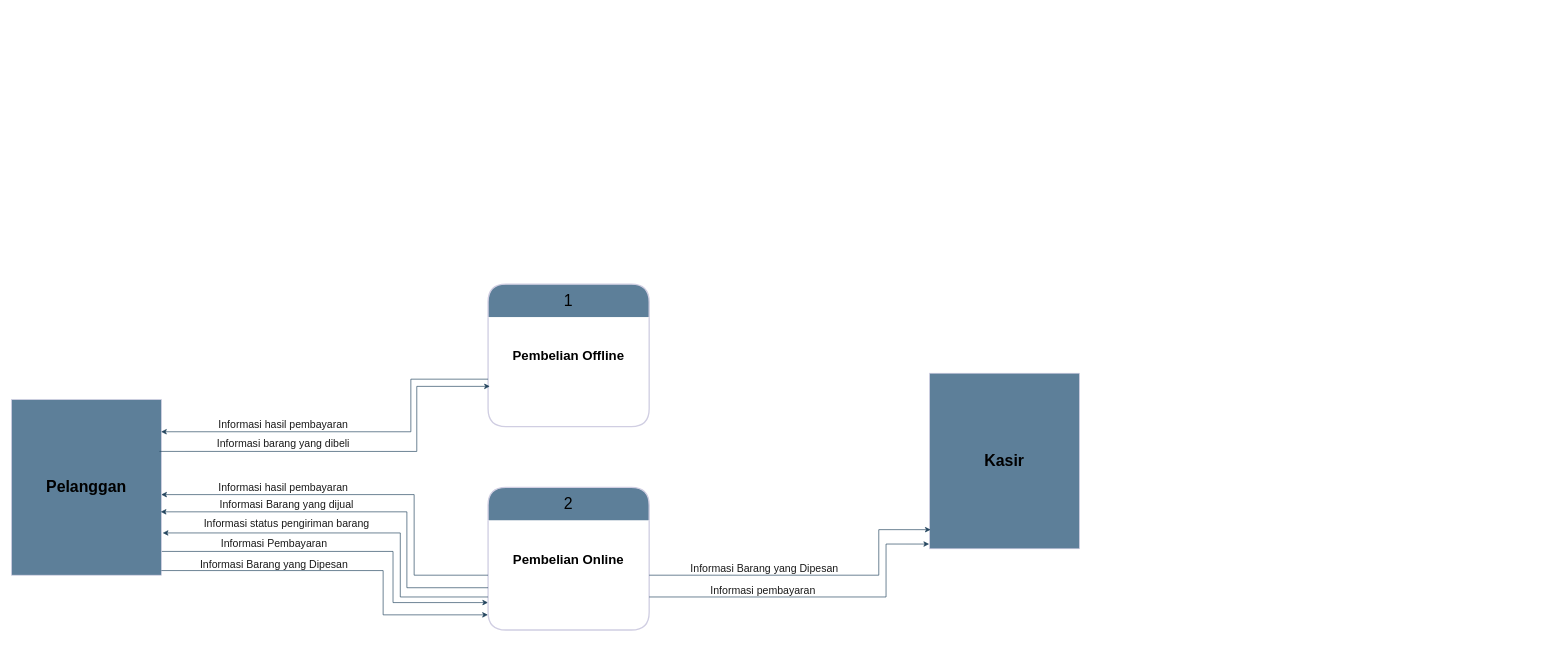
The draw.io diagram DFD kel 1.drawio in shinoaaa/DFD, before the edit. Source tidied: cells renumbered, new cells numbered last; positions are measured from the earlier drawing's top-left corner, leaving out a move shared by most shapes. Both pictures are drawn from the tidied source at 66%, with x=0, y=0 at pixel (11, 284).
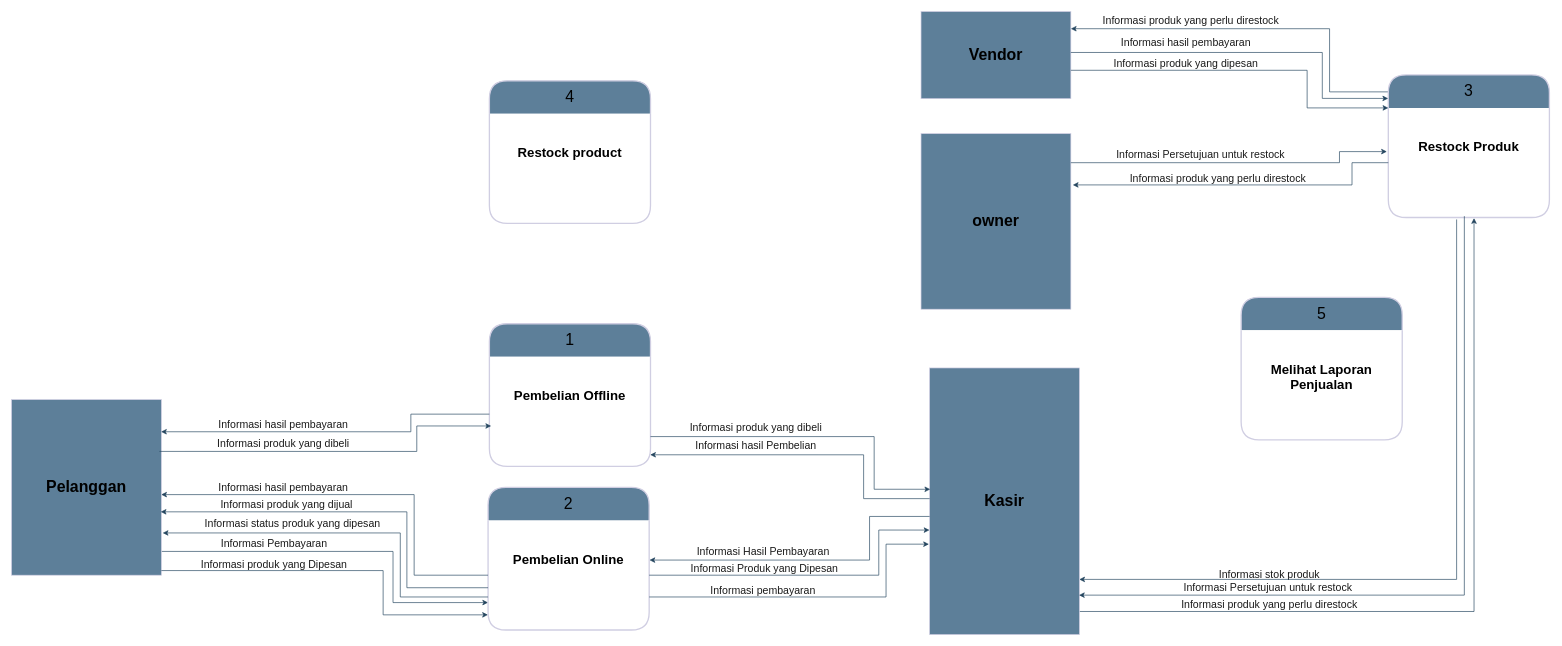
Above is the later version.

Unchanged cells that the change refers to:
```xml
<mxCell id="3" value="&lt;h2&gt;&lt;font style=&quot;font-size: 24px; color: light-dark(rgb(0, 0, 0), rgb(5, 5, 5));&quot;&gt;Pelanggan&lt;/font&gt;&lt;/h2&gt;" style="rounded=0;whiteSpace=wrap;html=1;fillColor=light-dark(#5D7F99,#99CCFF);strokeColor=#D0CEE2;labelBackgroundColor=none;fontColor=#1A1A1A;" parent="1" vertex="1">
  <mxGeometry y="175" width="227" height="266" as="geometry" />
</mxCell>
<mxCell id="5" value="&lt;h2 style=&quot;&quot;&gt;&lt;font style=&quot;color: light-dark(rgb(0, 0, 0), rgb(18, 18, 18));&quot;&gt;&lt;font style=&quot;font-size: 20px;&quot;&gt;&lt;br&gt;&lt;/font&gt;&lt;font&gt;&lt;span style=&quot;font-size: 20px;&quot;&gt;Pembelian Offline&lt;/span&gt;&lt;/font&gt;&lt;/font&gt;&lt;/h2&gt;" style="align=center;strokeColor=none;fillColor=none;spacingLeft=4;spacingRight=4;fontSize=12;verticalAlign=top;html=1;whiteSpace=wrap;labelBackgroundColor=none;fontColor=#1A1A1A;" parent="4" vertex="1">
  <mxGeometry y="50" width="244.1" height="166" as="geometry" />
</mxCell>
<mxCell id="7" value="&lt;h2 style=&quot;&quot;&gt;&lt;font style=&quot;color: light-dark(rgb(0, 0, 0), rgb(18, 18, 18));&quot;&gt;&lt;font style=&quot;font-size: 20px;&quot;&gt;&lt;br&gt;&lt;/font&gt;&lt;font&gt;&lt;span style=&quot;font-size: 20px;&quot;&gt;Pembelian Online&lt;/span&gt;&lt;/font&gt;&lt;/font&gt;&lt;/h2&gt;" style="align=center;strokeColor=none;fillColor=none;spacingLeft=4;spacingRight=4;fontSize=12;verticalAlign=top;html=1;whiteSpace=wrap;labelBackgroundColor=none;fontColor=#1A1A1A;" parent="6" vertex="1">
  <mxGeometry y="50" width="244.1" height="166" as="geometry" />
</mxCell>
```

Change to the diagram source:
```diff
@@
     <mxCell id="4" value="&lt;font style=&quot;font-size: 24px; color: light-dark(rgb(0, 0, 0), rgb(255, 255, 255));&quot;&gt;1&lt;/font&gt;" style="swimlane;horizontal=1;startSize=50;rounded=1;fontSize=14;fontStyle=0;strokeWidth=2;shadow=0;dashed=0;align=center;arcSize=18;whiteSpace=wrap;html=1;fillColor=light-dark(#5D7F99,#0066CC);strokeColor=#D0CEE2;fontColor=#1A1A1A;glass=0;swimlaneLine=0;swimlaneFillColor=light-dark(#FFFFFF,#99CCFF);labelBackgroundColor=none;" parent="1" vertex="1">
-      <mxGeometry x="722" width="244.1" height="216" as="geometry" />
+      <mxGeometry x="724" y="60" width="244.1" height="216" as="geometry" />
     </mxCell>
@@
-    <mxCell id="8" value="&lt;font&gt;Informasi status pengiriman barang&lt;br&gt;&lt;/font&gt;" style="text;html=1;whiteSpace=wrap;strokeColor=none;fillColor=none;align=center;verticalAlign=middle;rounded=0;fontColor=light-dark(#1A1A1A,#0E0E0E);fontSize=16;" parent="1" vertex="1">
-      <mxGeometry x="287" y="354" width="260" height="16" as="geometry" />
+    <mxCell id="8" value="&lt;font&gt;Informasi status produk yang dipesan&lt;br&gt;&lt;/font&gt;" style="text;html=1;whiteSpace=wrap;strokeColor=none;fillColor=none;align=center;verticalAlign=middle;rounded=0;fontColor=light-dark(#1A1A1A,#0E0E0E);fontSize=16;" parent="1" vertex="1">
+      <mxGeometry x="287" y="354" width="278" height="16" as="geometry" />
     </mxCell>
@@
-    <mxCell id="11" value="&lt;font&gt;Informasi Barang yang Dipesan&lt;br&gt;&lt;/font&gt;" style="text;html=1;whiteSpace=wrap;strokeColor=none;fillColor=none;align=center;verticalAlign=middle;rounded=0;fontColor=light-dark(#1A1A1A,#0E0E0E);fontSize=16;" parent="1" vertex="1">
+    <mxCell id="11" value="&lt;font&gt;Informasi produk yang Dipesan&lt;br&gt;&lt;/font&gt;" style="text;html=1;whiteSpace=wrap;strokeColor=none;fillColor=none;align=center;verticalAlign=middle;rounded=0;fontColor=light-dark(#1A1A1A,#0E0E0E);fontSize=16;" parent="1" vertex="1">
       <mxGeometry x="268" y="416" width="260" height="16" as="geometry" />
     </mxCell>
@@
-    <mxCell id="14" value="&lt;font&gt;Informasi Barang yang dijual&lt;br&gt;&lt;/font&gt;" style="text;html=1;whiteSpace=wrap;strokeColor=none;fillColor=none;align=center;verticalAlign=middle;rounded=0;fontColor=light-dark(#1A1A1A,#0E0E0E);fontSize=16;" parent="1" vertex="1">
+    <mxCell id="14" value="&lt;font&gt;Informasi produk yang dijual&lt;br&gt;&lt;/font&gt;" style="text;html=1;whiteSpace=wrap;strokeColor=none;fillColor=none;align=center;verticalAlign=middle;rounded=0;fontColor=light-dark(#1A1A1A,#0E0E0E);fontSize=16;" parent="1" vertex="1">
       <mxGeometry x="287" y="325" width="260" height="16" as="geometry" />
     </mxCell>
@@
     <mxCell id="17" style="edgeStyle=orthogonalEdgeStyle;rounded=0;jettySize=auto;html=1;entryX=0.011;entryY=0.632;entryDx=0;entryDy=0;entryPerimeter=0;strokeColor=#23445D;exitX=0.987;exitY=0.295;exitDx=0;exitDy=0;exitPerimeter=0;" parent="1" edge="1" source="3" target="5">
       <mxGeometry relative="1" as="geometry">
         <Array as="points">
           <mxPoint x="614" y="253" />
-          <mxPoint x="614" y="155" />
+          <mxPoint x="614" y="215" />
         </Array>
       </mxGeometry>
     </mxCell>
-    <mxCell id="18" value="&lt;font&gt;Informasi barang yang dibeli&lt;br&gt;&lt;/font&gt;" style="text;html=1;whiteSpace=wrap;strokeColor=none;fillColor=none;align=center;verticalAlign=middle;rounded=0;fontColor=light-dark(#1A1A1A,#0E0E0E);fontSize=16;" parent="1" vertex="1">
+    <mxCell id="18" value="&lt;font&gt;Informasi produk yang dibeli&lt;br&gt;&lt;/font&gt;" style="text;html=1;whiteSpace=wrap;strokeColor=none;fillColor=none;align=center;verticalAlign=middle;rounded=0;fontColor=light-dark(#1A1A1A,#0E0E0E);fontSize=16;" parent="1" vertex="1">
       <mxGeometry x="282" y="233" width="260" height="16" as="geometry" />
     </mxCell>
     <mxCell id="19" style="edgeStyle=orthogonalEdgeStyle;rounded=0;jettySize=auto;html=1;entryX=0.998;entryY=0.183;entryDx=0;entryDy=0;entryPerimeter=0;strokeColor=#23445D;" parent="1" edge="1" source="5" target="3">
       <mxGeometry relative="1" as="geometry">
         <Array as="points">
-          <mxPoint x="605" y="144" />
+          <mxPoint x="605" y="197" />
           <mxPoint x="605" y="224" />
         </Array>
       </mxGeometry>
     </mxCell>
@@
+    <mxCell id="26" style="edgeStyle=orthogonalEdgeStyle;rounded=0;jettySize=auto;html=1;entryX=0.532;entryY=1.006;entryDx=0;entryDy=0;strokeColor=#23445D;entryPerimeter=0;" parent="1" edge="1" source="21" target="46">
+      <mxGeometry relative="1" as="geometry">
+        <Array as="points">
+          <mxPoint x="2216" y="496" />
+        </Array>
+      </mxGeometry>
+    </mxCell>
     <mxCell id="21" value="&lt;h2&gt;&lt;font style=&quot;font-size: 24px; color: light-dark(rgb(0, 0, 0), rgb(5, 5, 5));&quot;&gt;Kasir&lt;/font&gt;&lt;/h2&gt;" style="rounded=0;whiteSpace=wrap;html=1;fillColor=light-dark(#5D7F99,#99CCFF);strokeColor=#D0CEE2;labelBackgroundColor=none;fontColor=#1A1A1A;" parent="1" vertex="1">
-      <mxGeometry x="1391" y="135" width="227" height="266" as="geometry" />
+      <mxGeometry x="1391" y="127" width="227" height="404" as="geometry" />
     </mxCell>
-    <mxCell id="22" style="edgeStyle=orthogonalEdgeStyle;rounded=0;jettySize=auto;html=1;entryX=0.007;entryY=0.891;entryDx=0;entryDy=0;entryPerimeter=0;strokeColor=#23445D;" parent="1" edge="1" source="7" target="21">
+    <mxCell id="22" style="edgeStyle=orthogonalEdgeStyle;rounded=0;jettySize=auto;html=1;entryX=-0.001;entryY=0.608;entryDx=0;entryDy=0;entryPerimeter=0;strokeColor=#23445D;" parent="1" edge="1" source="7" target="21">
       <mxGeometry relative="1" as="geometry">
         <Array as="points">
           <mxPoint x="1314" y="441" />
-          <mxPoint x="1314" y="372" />
+          <mxPoint x="1314" y="373" />
         </Array>
       </mxGeometry>
     </mxCell>
-    <mxCell id="23" value="&lt;font&gt;Informasi Barang yang Dipesan&lt;br&gt;&lt;/font&gt;" style="text;html=1;whiteSpace=wrap;strokeColor=none;fillColor=none;align=center;verticalAlign=middle;rounded=0;fontColor=light-dark(#1A1A1A,#0E0E0E);fontSize=16;" parent="1" vertex="1">
+    <mxCell id="23" value="&lt;font&gt;Informasi Produk yang Dipesan&lt;br&gt;&lt;/font&gt;" style="text;html=1;whiteSpace=wrap;strokeColor=none;fillColor=none;align=center;verticalAlign=middle;rounded=0;fontColor=light-dark(#1A1A1A,#0E0E0E);fontSize=16;" parent="1" vertex="1">
       <mxGeometry x="1011" y="423" width="260" height="16" as="geometry" />
     </mxCell>
-    <mxCell id="24" style="edgeStyle=orthogonalEdgeStyle;rounded=0;jettySize=auto;html=1;entryX=-0.003;entryY=0.973;entryDx=0;entryDy=0;entryPerimeter=0;strokeColor=#23445D;" parent="1" edge="1" source="7" target="21">
+    <mxCell id="24" style="edgeStyle=orthogonalEdgeStyle;rounded=0;jettySize=auto;html=1;strokeColor=#23445D;" parent="1" edge="1" source="7">
       <mxGeometry relative="1" as="geometry">
+        <mxPoint x="1390" y="394" as="targetPoint" />
         <Array as="points">
           <mxPoint x="1325" y="474" />
           <mxPoint x="1325" y="394" />
+          <mxPoint x="1390" y="394" />
         </Array>
       </mxGeometry>
     </mxCell>
@@
+    <mxCell id="27" style="edgeStyle=orthogonalEdgeStyle;rounded=0;jettySize=auto;html=1;entryX=1.002;entryY=0.362;entryDx=0;entryDy=0;entryPerimeter=0;strokeColor=#23445D;" parent="1" edge="1" source="21" target="7">
+      <mxGeometry relative="1" as="geometry">
+        <Array as="points">
+          <mxPoint x="1300" y="352" />
+          <mxPoint x="1300" y="418" />
+        </Array>
+      </mxGeometry>
+    </mxCell>
+    <mxCell id="28" value="&lt;font&gt;Informasi Hasil Pembayaran&lt;br&gt;&lt;/font&gt;" style="text;html=1;whiteSpace=wrap;strokeColor=none;fillColor=none;align=center;verticalAlign=middle;rounded=0;fontColor=light-dark(#1A1A1A,#0E0E0E);fontSize=16;" parent="1" vertex="1">
+      <mxGeometry x="1009" y="397" width="260" height="16" as="geometry" />
+    </mxCell>
+    <mxCell id="29" style="edgeStyle=orthogonalEdgeStyle;rounded=0;jettySize=auto;html=1;strokeColor=#23445D;entryX=0.004;entryY=0.455;entryDx=0;entryDy=0;entryPerimeter=0;" parent="1" edge="1" source="5" target="21">
+      <mxGeometry relative="1" as="geometry">
+        <Array as="points">
+          <mxPoint x="1307" y="231" />
+          <mxPoint x="1307" y="311" />
+        </Array>
+      </mxGeometry>
+    </mxCell>
+    <mxCell id="30" value="&lt;font&gt;Informasi produk yang dibeli&lt;br&gt;&lt;/font&gt;" style="text;html=1;whiteSpace=wrap;strokeColor=none;fillColor=none;align=center;verticalAlign=middle;rounded=0;fontColor=light-dark(#1A1A1A,#0E0E0E);fontSize=16;" parent="1" vertex="1">
+      <mxGeometry x="998" y="209" width="260" height="16" as="geometry" />
+    </mxCell>
+    <mxCell id="31" style="edgeStyle=orthogonalEdgeStyle;rounded=0;jettySize=auto;html=1;entryX=0.998;entryY=0.895;entryDx=0;entryDy=0;entryPerimeter=0;strokeColor=#23445D;" parent="1" edge="1" source="21" target="5">
+      <mxGeometry relative="1" as="geometry">
+        <Array as="points">
+          <mxPoint x="1291" y="325" />
+          <mxPoint x="1291" y="259" />
+        </Array>
+      </mxGeometry>
+    </mxCell>
+    <mxCell id="32" value="&lt;font&gt;Informasi hasil Pembelian&lt;br&gt;&lt;/font&gt;" style="text;html=1;whiteSpace=wrap;strokeColor=none;fillColor=none;align=center;verticalAlign=middle;rounded=0;fontColor=light-dark(#1A1A1A,#0E0E0E);fontSize=16;" parent="1" vertex="1">
+      <mxGeometry x="998" y="236" width="260" height="16" as="geometry" />
+    </mxCell>
+    <mxCell id="33" value="&lt;font style=&quot;font-size: 24px; color: light-dark(rgb(0, 0, 0), rgb(255, 255, 255));&quot;&gt;4&lt;/font&gt;" style="swimlane;horizontal=1;startSize=50;rounded=1;fontSize=14;fontStyle=0;strokeWidth=2;shadow=0;dashed=0;align=center;arcSize=18;whiteSpace=wrap;html=1;fillColor=light-dark(#5D7F99,#0066CC);strokeColor=#D0CEE2;fontColor=#1A1A1A;glass=0;swimlaneLine=0;swimlaneFillColor=light-dark(#FFFFFF,#99CCFF);labelBackgroundColor=none;" parent="1" vertex="1">
+      <mxGeometry x="724" y="-308" width="244.1" height="216" as="geometry" />
+    </mxCell>
+    <mxCell id="34" value="&lt;h2 style=&quot;&quot;&gt;&lt;font style=&quot;color: light-dark(rgb(0, 0, 0), rgb(18, 18, 18));&quot;&gt;&lt;font style=&quot;font-size: 20px;&quot;&gt;&lt;br&gt;&lt;/font&gt;&lt;font&gt;&lt;span style=&quot;font-size: 20px;&quot;&gt;Restock product&lt;/span&gt;&lt;/font&gt;&lt;/font&gt;&lt;/h2&gt;" style="align=center;strokeColor=none;fillColor=none;spacingLeft=4;spacingRight=4;fontSize=12;verticalAlign=top;html=1;whiteSpace=wrap;labelBackgroundColor=none;fontColor=#1A1A1A;" parent="33" vertex="1">
+      <mxGeometry y="50" width="244.1" height="166" as="geometry" />
+    </mxCell>
+    <mxCell id="35" value="&lt;font&gt;Informasi stok produk&lt;br&gt;&lt;/font&gt;" style="text;html=1;whiteSpace=wrap;strokeColor=none;fillColor=none;align=center;verticalAlign=middle;rounded=0;fontColor=light-dark(#1A1A1A,#0E0E0E);fontSize=16;" parent="1" vertex="1">
+      <mxGeometry x="1776" y="432" width="260" height="16" as="geometry" />
+    </mxCell>
+    <mxCell id="36" value="&lt;font&gt;Informasi Persetujuan untuk restock&amp;nbsp;&lt;br&gt;&lt;/font&gt;" style="text;html=1;whiteSpace=wrap;strokeColor=none;fillColor=none;align=center;verticalAlign=middle;rounded=0;fontColor=light-dark(#1A1A1A,#0E0E0E);fontSize=16;" parent="1" vertex="1">
+      <mxGeometry x="1745" y="452" width="322" height="16" as="geometry" />
+    </mxCell>
+    <mxCell id="37" value="&lt;font&gt;Informasi produk yang perlu direstock&lt;br&gt;&lt;/font&gt;" style="text;html=1;whiteSpace=wrap;strokeColor=none;fillColor=none;align=center;verticalAlign=middle;rounded=0;fontColor=light-dark(#1A1A1A,#0E0E0E);fontSize=16;" parent="1" vertex="1">
+      <mxGeometry x="1745" y="477" width="322" height="16" as="geometry" />
+    </mxCell>
+    <mxCell id="38" value="&lt;font&gt;Informasi produk yang perlu direstock&lt;br&gt;&lt;/font&gt;" style="text;html=1;whiteSpace=wrap;strokeColor=none;fillColor=none;align=center;verticalAlign=middle;rounded=0;fontColor=light-dark(#1A1A1A,#0E0E0E);fontSize=16;" parent="1" vertex="1">
+      <mxGeometry x="1667" y="-169" width="322" height="16" as="geometry" />
+    </mxCell>
+    <mxCell id="39" value="&lt;font&gt;Informasi Persetujuan untuk restock&amp;nbsp;&lt;br&gt;&lt;/font&gt;" style="text;html=1;whiteSpace=wrap;strokeColor=none;fillColor=none;align=center;verticalAlign=middle;rounded=0;fontColor=light-dark(#1A1A1A,#0E0E0E);fontSize=16;" parent="1" vertex="1">
+      <mxGeometry x="1643" y="-205" width="322" height="16" as="geometry" />
+    </mxCell>
+    <mxCell id="40" value="&lt;h2&gt;&lt;font style=&quot;font-size: 24px; color: light-dark(rgb(0, 0, 0), rgb(5, 5, 5));&quot;&gt;Vendor&lt;/font&gt;&lt;/h2&gt;" style="rounded=0;whiteSpace=wrap;html=1;fillColor=light-dark(#5D7F99,#99CCFF);strokeColor=#D0CEE2;labelBackgroundColor=none;fontColor=#1A1A1A;" parent="1" vertex="1">
+      <mxGeometry x="1378" y="-413" width="227" height="132" as="geometry" />
+    </mxCell>
+    <mxCell id="41" value="&lt;font&gt;Informasi produk yang perlu direstock&lt;br&gt;&lt;/font&gt;" style="text;html=1;whiteSpace=wrap;strokeColor=none;fillColor=none;align=center;verticalAlign=middle;rounded=0;fontColor=light-dark(#1A1A1A,#0E0E0E);fontSize=16;" parent="1" vertex="1">
+      <mxGeometry x="1626" y="-407" width="322" height="16" as="geometry" />
+    </mxCell>
+    <mxCell id="42" value="&lt;font&gt;Informasi produk yang dipesan&lt;br&gt;&lt;/font&gt;" style="text;html=1;whiteSpace=wrap;strokeColor=none;fillColor=none;align=center;verticalAlign=middle;rounded=0;fontColor=light-dark(#1A1A1A,#0E0E0E);fontSize=16;" parent="1" vertex="1">
+      <mxGeometry x="1667" y="-343" width="225" height="16" as="geometry" />
+    </mxCell>
+    <mxCell id="43" value="&lt;font&gt;Informasi hasil pembayaran&lt;br&gt;&lt;/font&gt;" style="text;html=1;whiteSpace=wrap;strokeColor=none;fillColor=none;align=center;verticalAlign=middle;rounded=0;fontColor=light-dark(#1A1A1A,#0E0E0E);fontSize=16;" parent="1" vertex="1">
+      <mxGeometry x="1671" y="-375" width="217" height="16" as="geometry" />
+    </mxCell>
+    <mxCell id="44" style="edgeStyle=orthogonalEdgeStyle;rounded=0;jettySize=auto;html=1;strokeColor=#23445D;exitX=0.001;exitY=0.119;exitDx=0;exitDy=0;exitPerimeter=0;" parent="1" edge="1" source="45">
+      <mxGeometry relative="1" as="geometry">
+        <mxPoint x="1605" y="-387" as="targetPoint" />
+        <Array as="points">
+          <mxPoint x="1997" y="-291" />
+          <mxPoint x="1997" y="-387" />
+        </Array>
+      </mxGeometry>
+    </mxCell>
+    <mxCell id="45" value="&lt;font style=&quot;font-size: 24px; color: light-dark(rgb(0, 0, 0), rgb(255, 255, 255));&quot;&gt;3&lt;/font&gt;" style="swimlane;horizontal=1;startSize=50;rounded=1;fontSize=14;fontStyle=0;strokeWidth=2;shadow=0;dashed=0;align=center;arcSize=18;whiteSpace=wrap;html=1;fillColor=light-dark(#5D7F99,#0066CC);strokeColor=#D0CEE2;fontColor=#1A1A1A;glass=0;swimlaneLine=0;swimlaneFillColor=light-dark(#FFFFFF,#99CCFF);labelBackgroundColor=none;" parent="1" vertex="1">
+      <mxGeometry x="2086" y="-317" width="244.1" height="216" as="geometry" />
+    </mxCell>
+    <mxCell id="46" value="&lt;h2 style=&quot;&quot;&gt;&lt;font style=&quot;color: light-dark(rgb(0, 0, 0), rgb(18, 18, 18));&quot;&gt;&lt;font style=&quot;font-size: 20px;&quot;&gt;&lt;br&gt;&lt;/font&gt;&lt;span style=&quot;font-size: 20px;&quot;&gt;Restock Produk&lt;/span&gt;&lt;/font&gt;&lt;/h2&gt;" style="align=center;strokeColor=none;fillColor=none;spacingLeft=4;spacingRight=4;fontSize=12;verticalAlign=top;html=1;whiteSpace=wrap;labelBackgroundColor=none;fontColor=#1A1A1A;" parent="45" vertex="1">
+      <mxGeometry y="50" width="244.1" height="166" as="geometry" />
+    </mxCell>
+    <mxCell id="47" style="edgeStyle=orthogonalEdgeStyle;rounded=0;jettySize=auto;html=1;strokeColor=#23445D;entryX=-0.001;entryY=0.165;entryDx=0;entryDy=0;entryPerimeter=0;" parent="1" edge="1" source="40" target="45">
+      <mxGeometry relative="1" as="geometry">
+        <Array as="points">
+          <mxPoint x="1986" y="-351" />
+          <mxPoint x="1986" y="-281" />
+          <mxPoint x="2086" y="-281" />
+        </Array>
+      </mxGeometry>
+    </mxCell>
+    <mxCell id="48" style="edgeStyle=orthogonalEdgeStyle;rounded=0;jettySize=auto;html=1;strokeColor=#23445D;entryX=0;entryY=0;entryDx=0;entryDy=0;" parent="1" edge="1" source="40" target="46">
+      <mxGeometry relative="1" as="geometry">
+        <Array as="points">
+          <mxPoint x="1963" y="-324" />
+          <mxPoint x="1963" y="-267" />
+        </Array>
+      </mxGeometry>
+    </mxCell>
+    <mxCell id="49" style="edgeStyle=orthogonalEdgeStyle;rounded=0;jettySize=auto;html=1;entryX=0.997;entryY=0.852;entryDx=0;entryDy=0;entryPerimeter=0;strokeColor=#23445D;exitX=0.472;exitY=0.988;exitDx=0;exitDy=0;exitPerimeter=0;" parent="1" edge="1" source="46" target="21">
+      <mxGeometry relative="1" as="geometry">
+        <Array as="points">
+          <mxPoint x="2201" y="471" />
+        </Array>
+      </mxGeometry>
+    </mxCell>
+    <mxCell id="50" style="edgeStyle=orthogonalEdgeStyle;rounded=0;jettySize=auto;html=1;entryX=0.999;entryY=0.793;entryDx=0;entryDy=0;entryPerimeter=0;strokeColor=#23445D;exitX=0.424;exitY=1.018;exitDx=0;exitDy=0;exitPerimeter=0;" parent="1" edge="1" source="46" target="21">
+      <mxGeometry relative="1" as="geometry">
+        <Array as="points">
+          <mxPoint x="2190" y="447" />
+        </Array>
+      </mxGeometry>
+    </mxCell>
+    <mxCell id="51" value="&lt;h2&gt;&lt;font style=&quot;font-size: 24px; color: light-dark(rgb(0, 0, 0), rgb(5, 5, 5));&quot;&gt;owner&lt;/font&gt;&lt;/h2&gt;" style="rounded=0;whiteSpace=wrap;html=1;fillColor=light-dark(#5D7F99,#99CCFF);strokeColor=#D0CEE2;labelBackgroundColor=none;fontColor=#1A1A1A;" parent="1" vertex="1">
+      <mxGeometry x="1378" y="-228" width="227" height="266" as="geometry" />
+    </mxCell>
+    <mxCell id="52" style="edgeStyle=orthogonalEdgeStyle;rounded=0;jettySize=auto;html=1;entryX=-0.009;entryY=0.399;entryDx=0;entryDy=0;entryPerimeter=0;strokeColor=#23445D;" parent="1" edge="1" source="51" target="46">
+      <mxGeometry relative="1" as="geometry">
+        <Array as="points">
+          <mxPoint x="2012" y="-184" />
+          <mxPoint x="2012" y="-201" />
+        </Array>
+      </mxGeometry>
+    </mxCell>
+    <mxCell id="53" style="edgeStyle=orthogonalEdgeStyle;rounded=0;jettySize=auto;html=1;entryX=1.013;entryY=0.292;entryDx=0;entryDy=0;entryPerimeter=0;strokeColor=#23445D;" parent="1" edge="1" source="46" target="51">
+      <mxGeometry relative="1" as="geometry">
+        <Array as="points">
+          <mxPoint x="2031" y="-184" />
+          <mxPoint x="2031" y="-150" />
+        </Array>
+      </mxGeometry>
+    </mxCell>
+    <mxCell id="54" value="&lt;font style=&quot;font-size: 24px; color: light-dark(rgb(0, 0, 0), rgb(255, 255, 255));&quot;&gt;5&lt;/font&gt;" style="swimlane;horizontal=1;startSize=50;rounded=1;fontSize=14;fontStyle=0;strokeWidth=2;shadow=0;dashed=0;align=center;arcSize=18;whiteSpace=wrap;html=1;fillColor=light-dark(#5D7F99,#0066CC);strokeColor=#D0CEE2;fontColor=#1A1A1A;glass=0;swimlaneLine=0;swimlaneFillColor=light-dark(#FFFFFF,#99CCFF);labelBackgroundColor=none;" parent="1" vertex="1">
+      <mxGeometry x="1863" y="20" width="244.1" height="216" as="geometry" />
+    </mxCell>
+    <mxCell id="55" value="&lt;h2 style=&quot;&quot;&gt;&lt;font style=&quot;color: light-dark(rgb(0, 0, 0), rgb(18, 18, 18));&quot;&gt;&lt;font style=&quot;font-size: 20px;&quot;&gt;&lt;br&gt;&lt;/font&gt;&lt;span style=&quot;font-size: 20px;&quot;&gt;Melihat Laporan Penjualan&lt;/span&gt;&lt;/font&gt;&lt;/h2&gt;" style="align=center;strokeColor=none;fillColor=none;spacingLeft=4;spacingRight=4;fontSize=12;verticalAlign=top;html=1;whiteSpace=wrap;labelBackgroundColor=none;fontColor=#1A1A1A;" parent="54" vertex="1">
+      <mxGeometry y="50" width="244.1" height="166" as="geometry" />
+    </mxCell>
```
